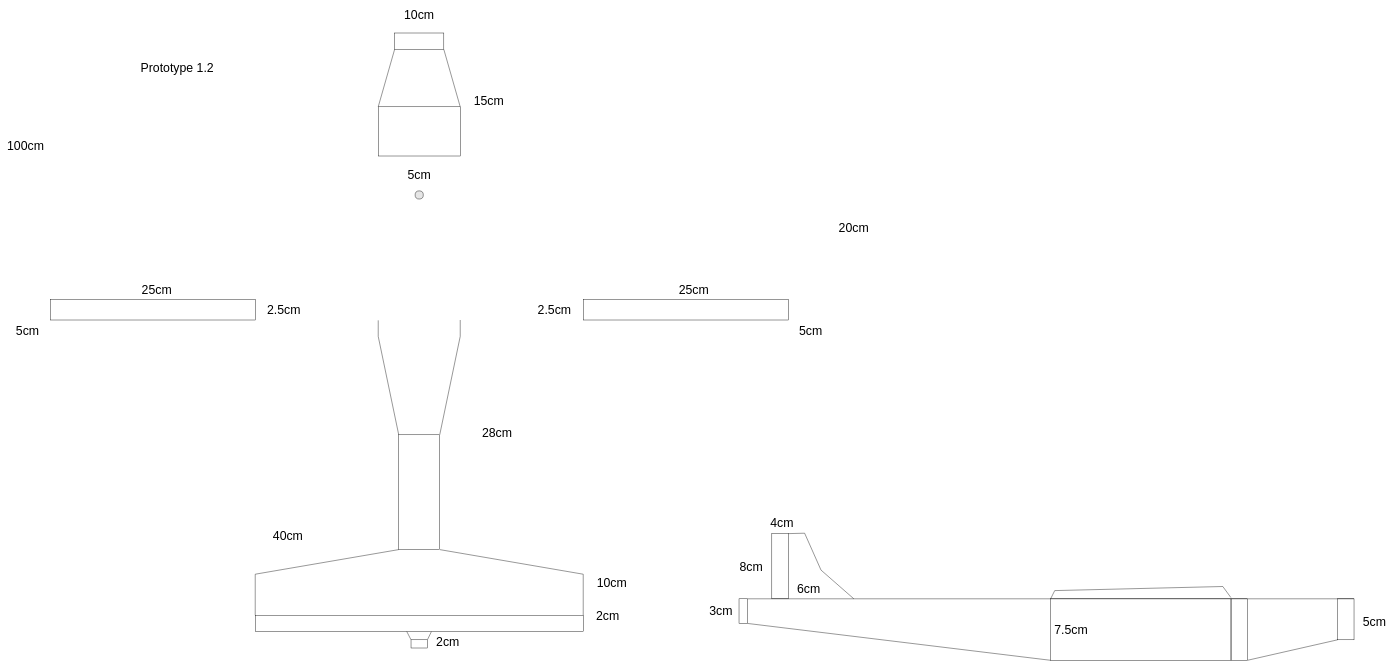
Before: resources/plane.drawio in dev-jtemel/rc_plane, a draw.io diagram. Source tidied: cells renumbered, new cells numbered last; positions are measured from the earlier drawing's top-left corner, leaving out a move shared by most shapes. Both pictures are drawn from the tidied source at 41%, with x=0, y=0 at pixel (9, 8).
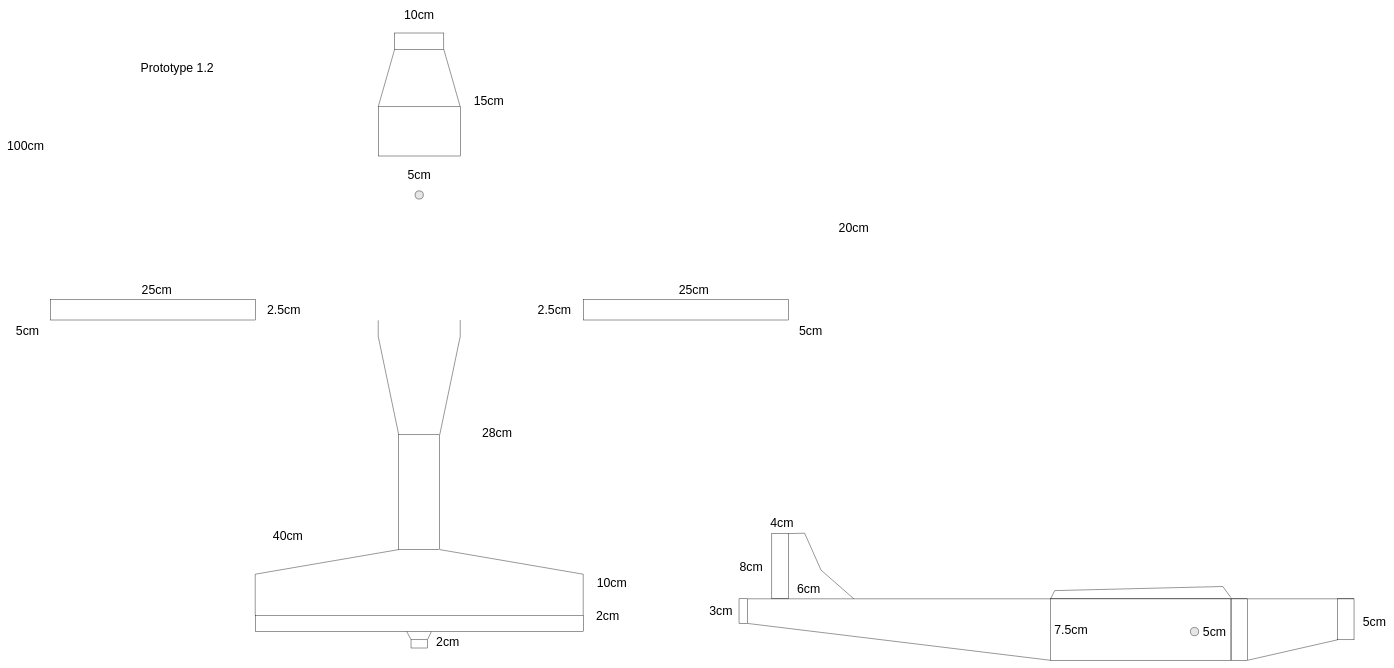
The same diagram, later.

Commit message:
Add center of gravity

Diff of the diagram source:
```diff
@@
+    <mxCell id="52" style="ellipse;whiteSpace=wrap;html=1;direction=south;fillColor=#E6E6E6;fontSize=30;" parent="1" vertex="1">
+      <mxGeometry x="2881" y="1510" width="20" height="20" as="geometry" />
+    </mxCell>
+    <mxCell id="53" value="5cm" style="text;html=1;strokeColor=none;fillColor=none;align=center;verticalAlign=middle;whiteSpace=wrap;rounded=0;fontSize=30;" parent="1" vertex="1">
+      <mxGeometry x="2910" y="1505" width="60" height="30" as="geometry" />
+    </mxCell>
```
